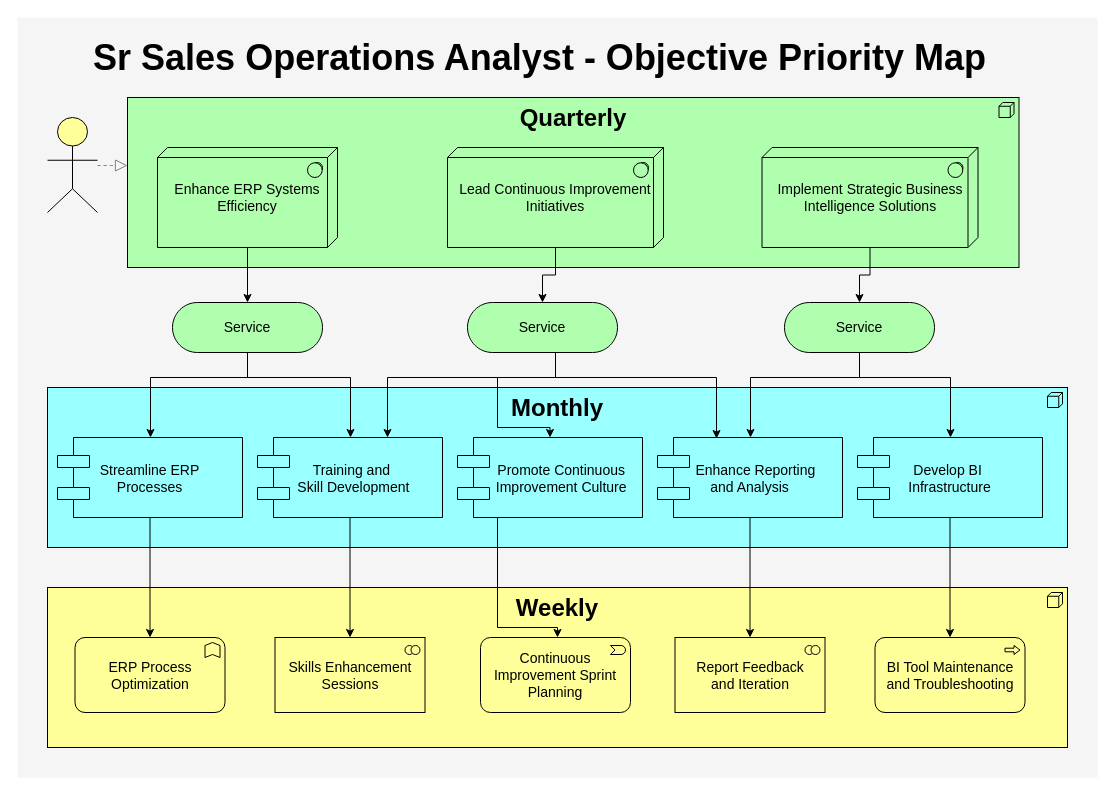
Above: md/SSOA Triangle Priority Diagram.drawio in dclose84/Training (draw.io), before the change. Source tidied: cells renumbered, new cells numbered last; positions are measured from the earlier drawing's top-left corner, leaving out a move shared by most shapes. Both pictures are drawn from the tidied source at 100%, with x=0, y=0 at pixel (17, 17).
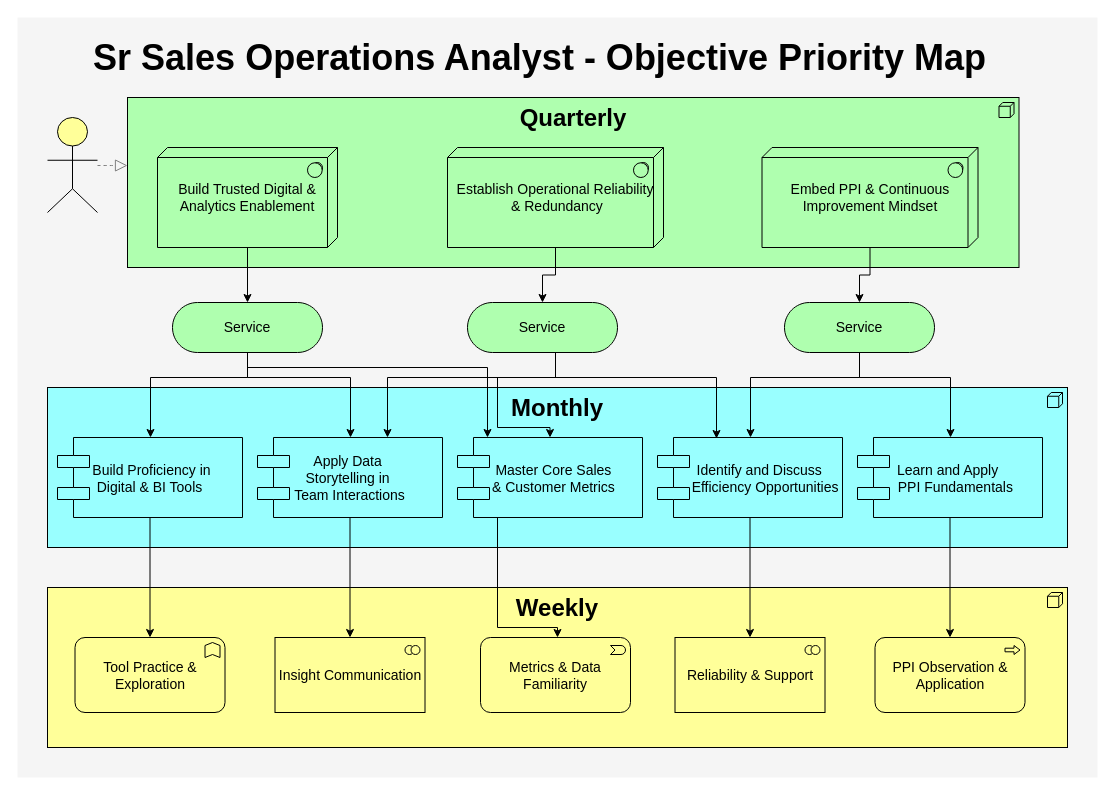
Above is the later version.

Unchanged cells that the change refers to:
```xml
<mxCell id="12" value="Service" style="html=1;whiteSpace=wrap;fillColor=#AFFFAF;shape=mxgraph.archimate3.service;fontSize=14;" parent="1" vertex="1">
  <mxGeometry x="155" y="285" width="150" height="50" as="geometry" />
</mxCell>
```

Change to the diagram source:
```diff
@@
-    <mxCell id="6" value="&lt;div&gt;Enhance ERP Systems Efficiency&lt;/div&gt;" style="html=1;whiteSpace=wrap;fillColor=#AFFFAF;shape=mxgraph.archimate3.tech;techType=sysSw;fontSize=14;" parent="1" vertex="1">
+    <mxCell id="6" value="&lt;div&gt;Build Trusted Digital &amp;amp; Analytics Enablement&lt;/div&gt;" style="html=1;whiteSpace=wrap;fillColor=#AFFFAF;shape=mxgraph.archimate3.tech;techType=sysSw;fontSize=14;" parent="1" vertex="1">
       <mxGeometry x="140" y="130" width="180" height="100" as="geometry" />
     </mxCell>
@@
-    <mxCell id="9" value="&lt;div&gt;Lead Continuous Improvement Initiatives&lt;/div&gt;" style="html=1;whiteSpace=wrap;fillColor=#AFFFAF;shape=mxgraph.archimate3.tech;techType=sysSw;fontSize=14;" parent="1" vertex="1">
+    <mxCell id="9" value="&lt;div&gt;Establish Operational Reliability&lt;/div&gt;&lt;div&gt;&amp;nbsp;&amp;amp; Redundancy&lt;/div&gt;" style="html=1;whiteSpace=wrap;fillColor=#AFFFAF;shape=mxgraph.archimate3.tech;techType=sysSw;fontSize=14;" parent="1" vertex="1">
       <mxGeometry x="430" y="130" width="216" height="100" as="geometry" />
     </mxCell>
@@
+    <mxCell id="40" style="edgeStyle=orthogonalEdgeStyle;rounded=0;jettySize=auto;html=1;" parent="1" edge="1" source="12" target="21">
+      <mxGeometry relative="1" as="geometry">
+        <Array as="points">
+          <mxPoint x="230" y="350" />
+          <mxPoint x="470" y="350" />
+        </Array>
+      </mxGeometry>
+    </mxCell>
@@
-    <mxCell id="17" value="Streamline ERP&#10;Processes" style="shape=component;align=center;fillColor=#99ffff;gradientColor=none;fontSize=14;" parent="1" vertex="1">
+    <mxCell id="17" value="  Build Proficiency in &#10;Digital &amp; BI Tools" style="shape=component;align=center;fillColor=#99ffff;gradientColor=none;fontSize=14;" parent="1" vertex="1">
       <mxGeometry x="40" y="420" width="185" height="80" as="geometry" />
     </mxCell>
@@
-    <mxCell id="19" value="  Training and &#10;  Skill Development" style="shape=component;align=center;fillColor=#99ffff;gradientColor=none;fontSize=14;" parent="1" vertex="1">
+    <mxCell id="19" value="Apply Data &#10;Storytelling in &#10;Team Interactions" style="shape=component;align=center;fillColor=#99ffff;gradientColor=none;fontSize=14;" parent="1" vertex="1">
       <mxGeometry x="240" y="420" width="185" height="80" as="geometry" />
     </mxCell>
@@
-    <mxCell id="21" value="      Promote Continuous&#10;      Improvement Culture" style="shape=component;align=center;fillColor=#99ffff;gradientColor=none;fontSize=14;" parent="1" vertex="1">
+    <mxCell id="21" value="   Master Core Sales &#10;  &amp; Customer Metrics" style="shape=component;align=center;fillColor=#99ffff;gradientColor=none;fontSize=14;" parent="1" vertex="1">
       <mxGeometry x="440" y="420" width="185" height="80" as="geometry" />
     </mxCell>
@@
-    <mxCell id="23" value="   Enhance Reporting&#10;and Analysis" style="shape=component;align=center;fillColor=#99ffff;gradientColor=none;fontSize=14;" parent="1" vertex="1">
+    <mxCell id="23" value="      Identify and Discuss &#10;        Efficiency Opportunities" style="shape=component;align=center;fillColor=#99ffff;gradientColor=none;fontSize=14;" parent="1" vertex="1">
       <mxGeometry x="640" y="420" width="185" height="80" as="geometry" />
     </mxCell>
-    <mxCell id="24" value="ERP Process Optimization" style="html=1;whiteSpace=wrap;fillColor=#ffff99;shape=mxgraph.archimate3.application;appType=func;archiType=rounded;fontSize=14;" parent="1" vertex="1">
+    <mxCell id="24" value="Tool Practice &amp;amp; Exploration" style="html=1;whiteSpace=wrap;fillColor=#ffff99;shape=mxgraph.archimate3.application;appType=func;archiType=rounded;fontSize=14;" parent="1" vertex="1">
       <mxGeometry x="57.5" y="620" width="150" height="75" as="geometry" />
     </mxCell>
-    <mxCell id="25" value="Skills Enhancement Sessions" style="html=1;whiteSpace=wrap;fillColor=#ffff99;shape=mxgraph.archimate3.application;appType=collab;archiType=square;fontSize=14;" parent="1" vertex="1">
+    <mxCell id="25" value="Insight Communication" style="html=1;whiteSpace=wrap;fillColor=#ffff99;shape=mxgraph.archimate3.application;appType=collab;archiType=square;fontSize=14;" parent="1" vertex="1">
       <mxGeometry x="257.5" y="620" width="150" height="75" as="geometry" />
     </mxCell>
-    <mxCell id="26" value="Continuous Improvement Sprint Planning" style="html=1;whiteSpace=wrap;fillColor=#ffff99;shape=mxgraph.archimate3.application;appType=event;archiType=rounded;fontSize=14;" parent="1" vertex="1">
+    <mxCell id="26" value="Metrics &amp;amp; Data Familiarity" style="html=1;whiteSpace=wrap;fillColor=#ffff99;shape=mxgraph.archimate3.application;appType=event;archiType=rounded;fontSize=14;" parent="1" vertex="1">
       <mxGeometry x="463" y="620" width="150" height="75" as="geometry" />
     </mxCell>
-    <mxCell id="27" value="&lt;div&gt;BI Tool Maintenance&lt;/div&gt;&lt;div&gt;and Troubleshooting&lt;/div&gt;" style="html=1;whiteSpace=wrap;fillColor=#ffff99;shape=mxgraph.archimate3.application;appType=proc;archiType=rounded;fontSize=14;" parent="1" vertex="1">
+    <mxCell id="27" value="PPI Observation &amp;amp; Application" style="html=1;whiteSpace=wrap;fillColor=#ffff99;shape=mxgraph.archimate3.application;appType=proc;archiType=rounded;fontSize=14;" parent="1" vertex="1">
       <mxGeometry x="857.5" y="620" width="150" height="75" as="geometry" />
     </mxCell>
@@
-    <mxCell id="32" value="&lt;div&gt;Implement Strategic Business Intelligence Solutions&lt;/div&gt;" style="html=1;whiteSpace=wrap;fillColor=#AFFFAF;shape=mxgraph.archimate3.tech;techType=sysSw;fontSize=14;" parent="1" vertex="1">
+    <mxCell id="32" value="Embed PPI &amp;amp; Continuous Improvement Mindset" style="html=1;whiteSpace=wrap;fillColor=#AFFFAF;shape=mxgraph.archimate3.tech;techType=sysSw;fontSize=14;" parent="1" vertex="1">
       <mxGeometry x="744.5" y="130" width="216" height="100" as="geometry" />
     </mxCell>
@@
-    <mxCell id="37" value="Develop BI &#10;Infrastructure" style="shape=component;align=center;fillColor=#99ffff;gradientColor=none;fontSize=14;" parent="1" vertex="1">
+    <mxCell id="37" value="Learn and Apply &#10;   PPI Fundamentals" style="shape=component;align=center;fillColor=#99ffff;gradientColor=none;fontSize=14;" parent="1" vertex="1">
       <mxGeometry x="840" y="420" width="185" height="80" as="geometry" />
     </mxCell>
@@
-    <mxCell id="39" value="Report Feedback&lt;div&gt;and Iteration&lt;/div&gt;" style="html=1;whiteSpace=wrap;fillColor=#ffff99;shape=mxgraph.archimate3.application;appType=collab;archiType=square;fontSize=14;" parent="1" vertex="1">
+    <mxCell id="39" value="Reliability &amp;amp; Support" style="html=1;whiteSpace=wrap;fillColor=#ffff99;shape=mxgraph.archimate3.application;appType=collab;archiType=square;fontSize=14;" parent="1" vertex="1">
       <mxGeometry x="657.5" y="620" width="150" height="75" as="geometry" />
     </mxCell>
```
